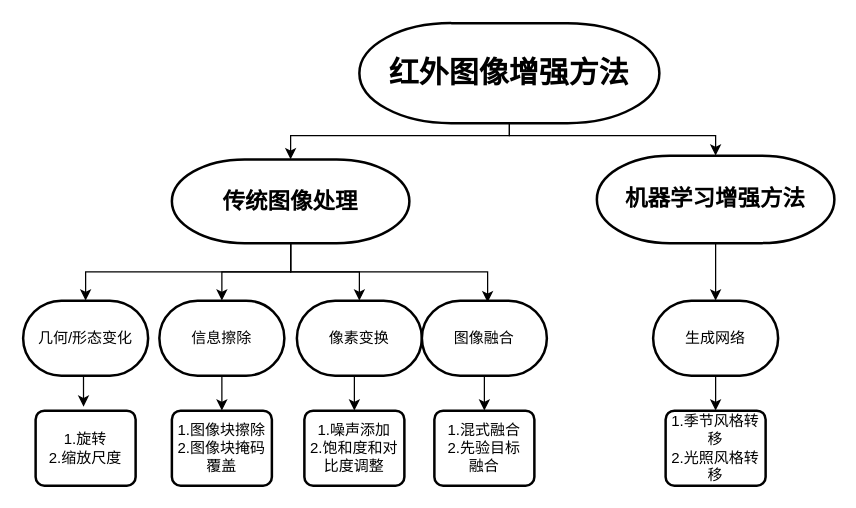
Above: 红外数据增强方法手段.drawio in paleblackless/diagrams (draw.io), before the change. Source tidied: cells renumbered, new cells numbered last; positions are measured from the earlier drawing's top-left corner, leaving out a move shared by most shapes. Both pictures are drawn from the tidied source at 125%, with x=0, y=0 at pixel (22, 22).
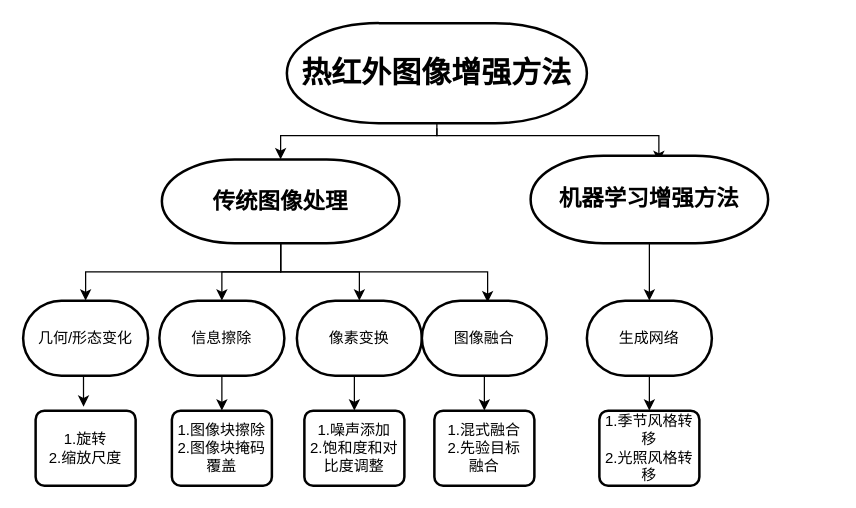
The same diagram, later.

Commit message:
更新红外数据增强方法手段.drawio

Diff of the diagram source:
```diff
@@
-    <mxCell id="2" style="edgeStyle=orthogonalEdgeStyle;rounded=0;jettySize=auto;html=1;exitX=0.5;exitY=1;exitDx=0;exitDy=0;exitPerimeter=0;" parent="1" edge="1" source="4" target="11">
-      <mxGeometry relative="1" as="geometry">
-        <Array as="points">
-          <mxPoint x="389" y="90" />
-          <mxPoint x="554" y="90" />
-        </Array>
-      </mxGeometry>
-    </mxCell>
-    <mxCell id="3" style="edgeStyle=orthogonalEdgeStyle;rounded=0;jettySize=auto;html=1;exitX=0.5;exitY=1;exitDx=0;exitDy=0;exitPerimeter=0;" parent="1" edge="1" source="4" target="9">
+    <mxCell id="3" style="edgeStyle=orthogonalEdgeStyle;rounded=0;jettySize=auto;html=1;exitX=0.5;exitY=1;exitDx=0;exitDy=0;exitPerimeter=0;entryX=0.5;entryY=0;entryDx=0;entryDy=0;entryPerimeter=0;" parent="1" edge="1" source="4" target="9">
       <mxGeometry relative="1" as="geometry">
         <Array as="points">
-          <mxPoint x="389" y="90" />
-          <mxPoint x="214" y="90" />
+          <mxPoint x="331" y="90" />
+          <mxPoint x="206" y="90" />
         </Array>
       </mxGeometry>
     </mxCell>
+    <mxCell id="27" style="edgeStyle=orthogonalEdgeStyle;rounded=0;orthogonalLoop=1;jettySize=auto;html=1;exitX=0.5;exitY=1;exitDx=0;exitDy=0;exitPerimeter=0;entryX=0.54;entryY=0.016;entryDx=0;entryDy=0;entryPerimeter=0;" parent="1" edge="1">
+      <mxGeometry relative="1" as="geometry">
+        <mxPoint x="331" y="84" as="sourcePoint" />
+        <mxPoint x="508.6" y="111.1" as="targetPoint" />
+        <Array as="points">
+          <mxPoint x="331" y="90" />
+          <mxPoint x="509" y="90" />
+        </Array>
+      </mxGeometry>
+    </mxCell>
-    <mxCell id="4" value="&lt;h1&gt;红外图像增强方法&lt;/h1&gt;" style="strokeWidth=2;html=1;shape=mxgraph.flowchart.terminator;whiteSpace=wrap;" parent="1" vertex="1">
-      <mxGeometry x="269" width="240" height="80" as="geometry" />
+    <mxCell id="4" value="&lt;h1&gt;热红外图像增强方法&lt;/h1&gt;" style="strokeWidth=2;html=1;shape=mxgraph.flowchart.terminator;whiteSpace=wrap;" parent="1" vertex="1">
+      <mxGeometry x="211" width="240" height="80" as="geometry" />
     </mxCell>
@@
     <mxCell id="9" value="&lt;h2&gt;传统图像处理&lt;/h2&gt;" style="strokeWidth=2;html=1;shape=mxgraph.flowchart.terminator;whiteSpace=wrap;" parent="1" vertex="1">
-      <mxGeometry x="119" y="109" width="190" height="67" as="geometry" />
+      <mxGeometry x="111" y="109" width="190" height="67" as="geometry" />
     </mxCell>
@@
     <mxCell id="11" value="&lt;h2&gt;机器学习增强方法&lt;/h2&gt;" style="strokeWidth=2;html=1;shape=mxgraph.flowchart.terminator;whiteSpace=wrap;" parent="1" vertex="1">
-      <mxGeometry x="459" y="106" width="190" height="70" as="geometry" />
+      <mxGeometry x="406" y="106" width="190" height="70" as="geometry" />
     </mxCell>
@@
     <mxCell id="21" value="生成网络" style="strokeWidth=2;html=1;shape=mxgraph.flowchart.terminator;whiteSpace=wrap;" parent="1" vertex="1">
-      <mxGeometry x="504" y="222" width="100" height="60" as="geometry" />
+      <mxGeometry x="451" y="222" width="100" height="60" as="geometry" />
     </mxCell>
     <mxCell id="22" value="1.季节风格转移&lt;br&gt;2.光照风格转移" style="rounded=1;whiteSpace=wrap;html=1;absoluteArcSize=1;arcSize=14;strokeWidth=2;" parent="1" vertex="1">
-      <mxGeometry x="514" y="310" width="80" height="60" as="geometry" />
+      <mxGeometry x="461" y="310" width="80" height="60" as="geometry" />
     </mxCell>
```
